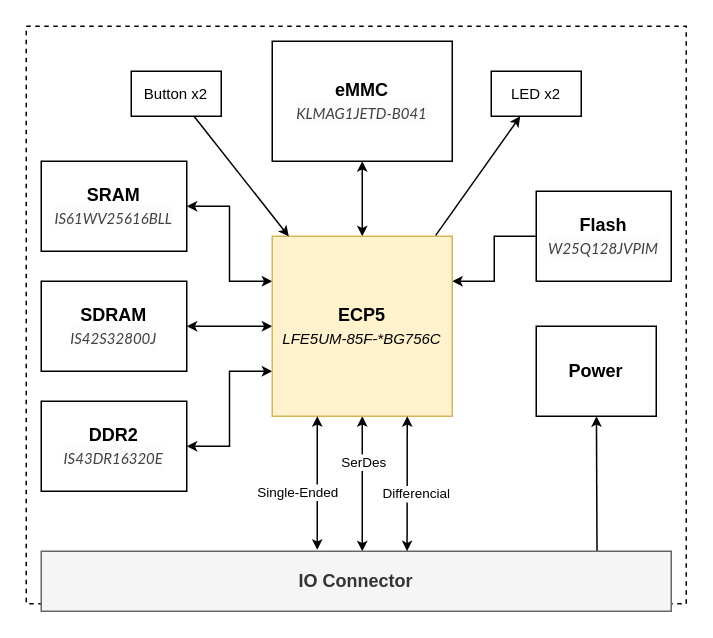
Before: docs/src/assets/overview.drawio in ECAP5/ECAP5-BSOM, a draw.io diagram. Source tidied: cells renumbered, new cells numbered last; positions are measured from the earlier drawing's top-left corner, leaving out a move shared by most shapes. Both pictures are drawn from the tidied source at 150%, with x=0, y=0 at pixel (26, 26).
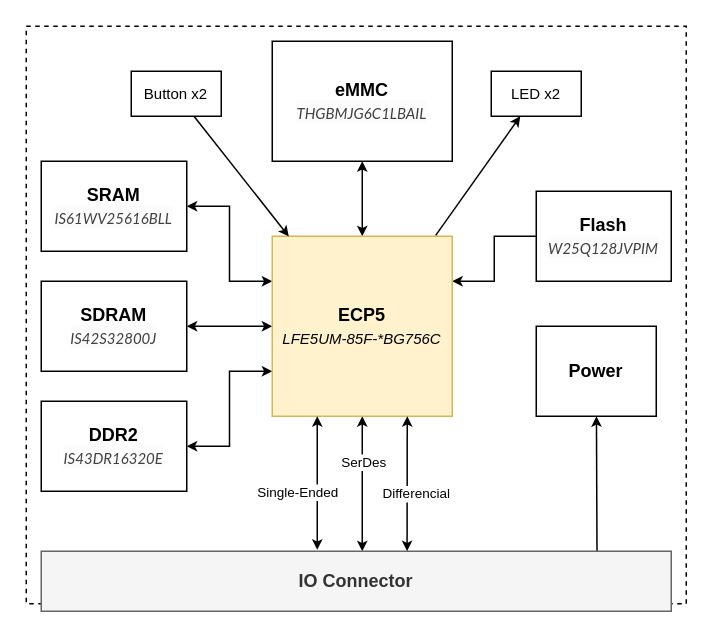
The same page after the edit.

Commit message (it also covers changes not shown here):
Adds design requirements for the eMMC module

Diff of the diagram source:
```diff
@@
-    <mxCell id="13" value="&lt;b&gt;eMMC&lt;/b&gt;&lt;div style=&quot;&quot;&gt;&lt;span style=&quot;caret-color: rgb(64, 64, 64); color: rgb(64, 64, 64); font-family: Lato, proxima-nova, &amp;quot;Helvetica Neue&amp;quot;, Arial, sans-serif; text-align: start; background-color: rgb(252, 252, 252);&quot;&gt;&lt;i style=&quot;&quot;&gt;&lt;font style=&quot;font-size: 10px;&quot;&gt;KLMAG1JETD-B041&lt;/font&gt;&lt;/i&gt;&lt;/span&gt;&lt;b style=&quot;font-size: 10px;&quot;&gt;&lt;br&gt;&lt;/b&gt;&lt;/div&gt;" style="rounded=0;whiteSpace=wrap;html=1;" parent="1" vertex="1">
+    <mxCell id="13" value="&lt;b&gt;eMMC&lt;/b&gt;&lt;div style=&quot;&quot;&gt;&lt;span style=&quot;caret-color: rgb(64, 64, 64); color: rgb(64, 64, 64); font-family: Lato, proxima-nova, &amp;quot;Helvetica Neue&amp;quot;, Arial, sans-serif; text-align: start; background-color: rgb(252, 252, 252);&quot;&gt;&lt;i style=&quot;&quot;&gt;&lt;font style=&quot;font-size: 10px;&quot;&gt;THGBMJG6C1LBAIL&lt;/font&gt;&lt;/i&gt;&lt;/span&gt;&lt;b style=&quot;font-size: 10px;&quot;&gt;&lt;br&gt;&lt;/b&gt;&lt;/div&gt;" style="rounded=0;whiteSpace=wrap;html=1;" parent="1" vertex="1">
       <mxGeometry x="164" y="10" width="120" height="80" as="geometry" />
     </mxCell>
```
